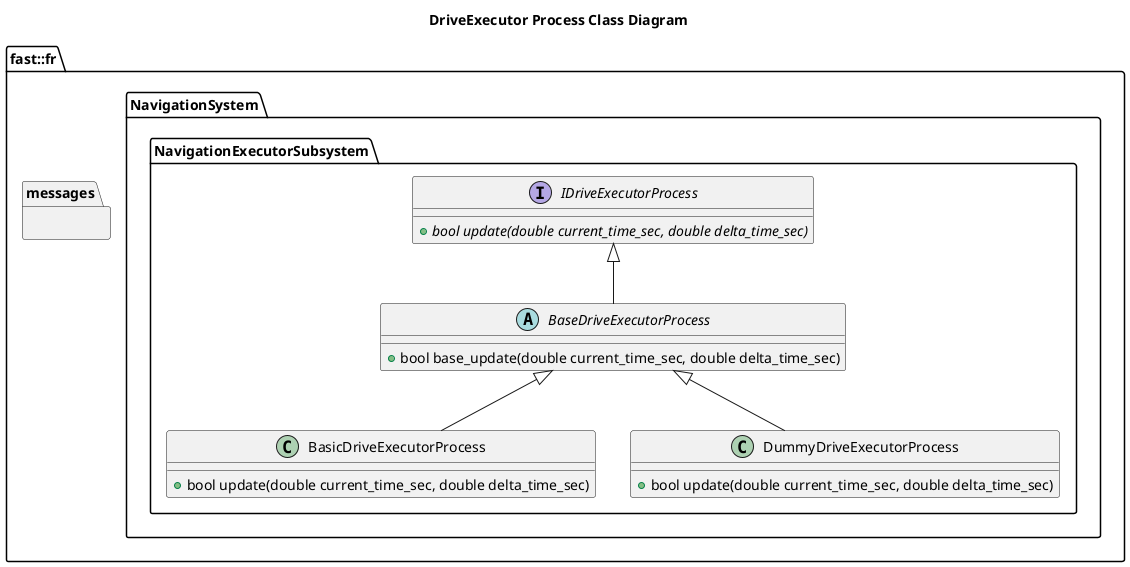
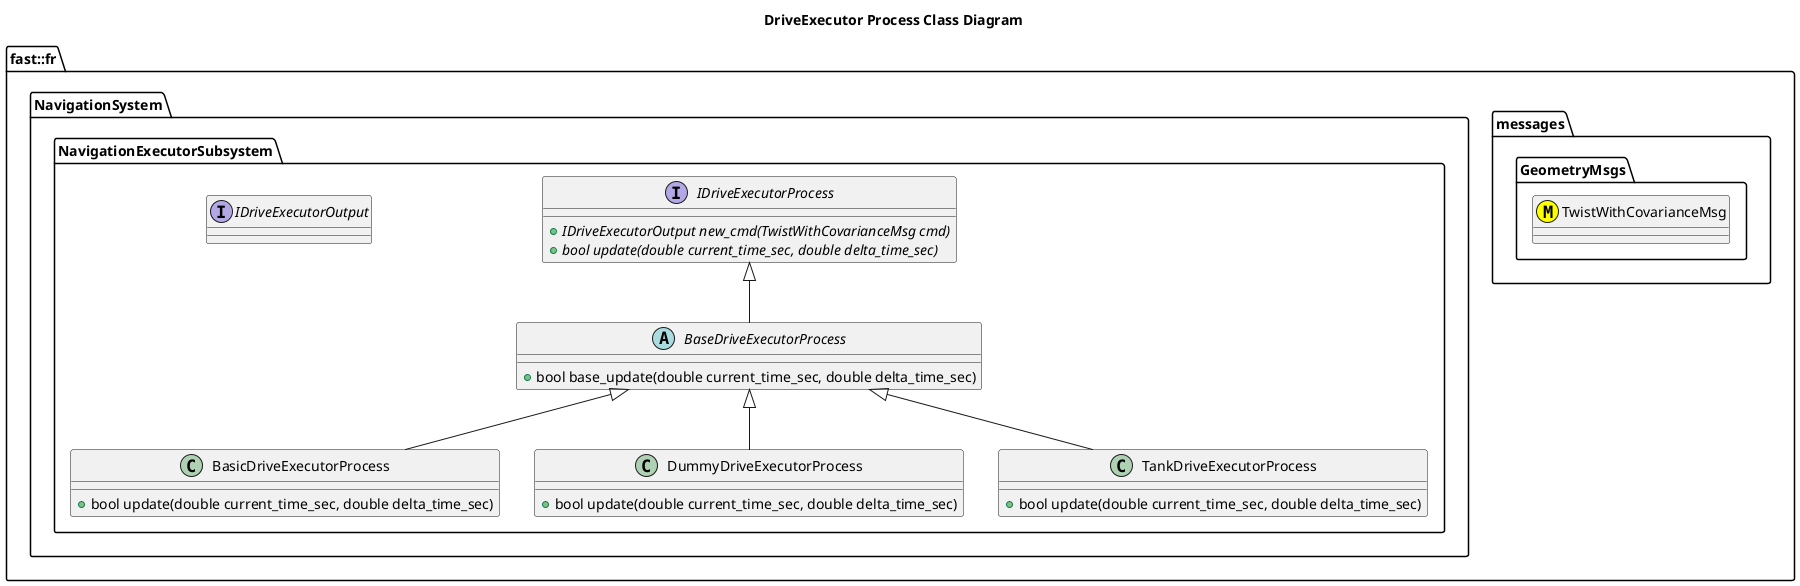
@startuml
title DriveExecutor Process Class Diagram

namespace fast::fr {
  namespace messages {
+     namespace GeometryMsgs {
+       class TwistWithCovarianceMsg <<(M,#FFFF00)>>
+     }
  }
  namespace NavigationSystem {
    namespace NavigationExecutorSubsystem {
+         interface IDriveExecutorOutput {
+ 
+         }
        interface IDriveExecutorProcess  {
+           +{abstract} IDriveExecutorOutput new_cmd(TwistWithCovarianceMsg cmd)
          +{abstract} bool update(double current_time_sec, double delta_time_sec)
        }
        abstract BaseDriveExecutorProcess {
          +bool base_update(double current_time_sec, double delta_time_sec)

        }
        BaseDriveExecutorProcess -up-|> IDriveExecutorProcess
        class BasicDriveExecutorProcess {
          +bool update(double current_time_sec, double delta_time_sec)
        }
        BasicDriveExecutorProcess -up-|> BaseDriveExecutorProcess
        class DummyDriveExecutorProcess {
          +bool update(double current_time_sec, double delta_time_sec)
        }
        DummyDriveExecutorProcess -up-|> BaseDriveExecutorProcess
+         class TankDriveExecutorProcess {
+           +bool update(double current_time_sec, double delta_time_sec)
+         }
+         TankDriveExecutorProcess -up-|> BaseDriveExecutorProcess
    }
  }
}
@enduml